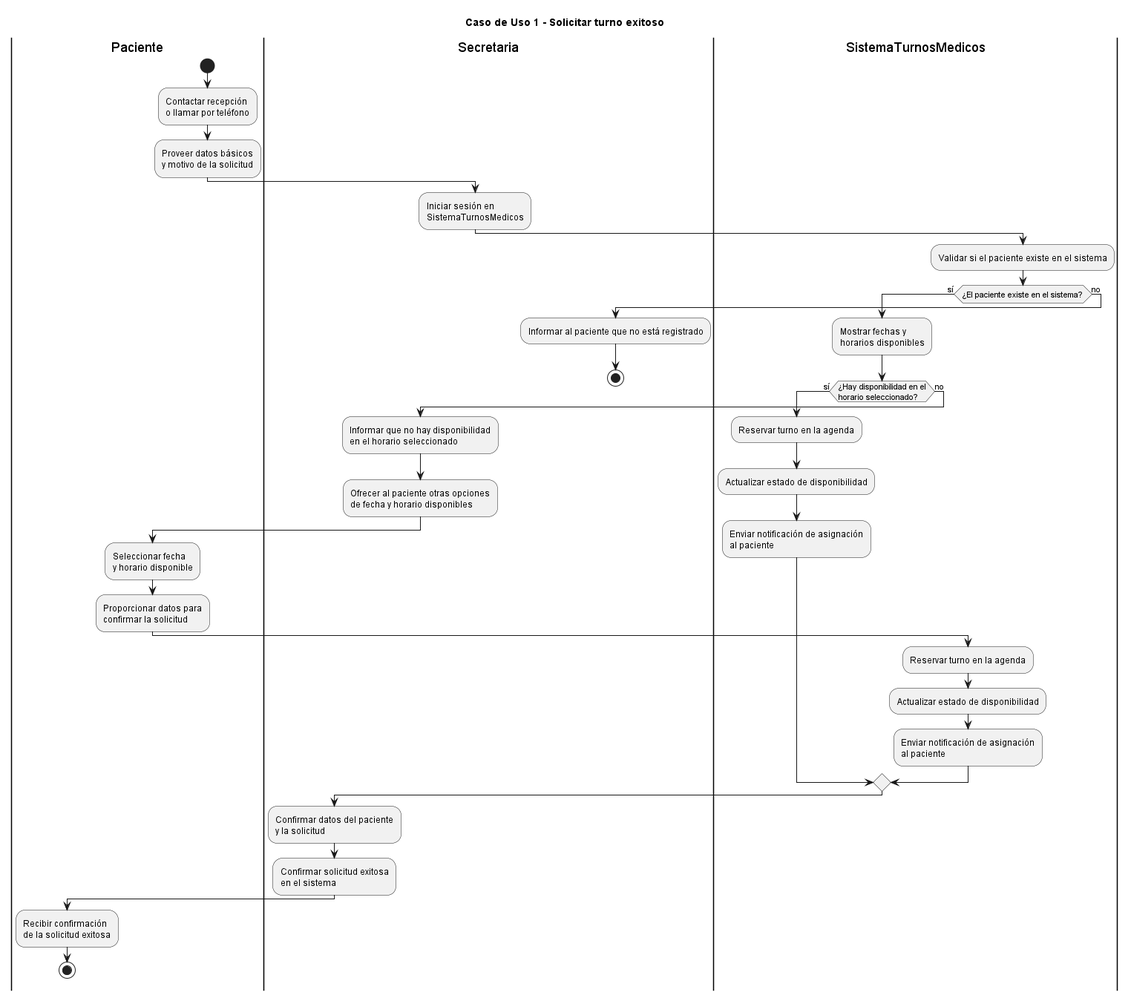
Before: diagramas/04-diagramas-actividades/04-actividad-solicitar-turno-01.png, a diagram exported from PlantUML (FacundoGuiraldes/SistemaTurnosMedicos). Source of this version:
```plantuml
@startuml
title Caso de Uso 1 - Solicitar turno exitoso

|Paciente|
start
:Contactar recepción\no llamar por teléfono;
:Proveer datos básicos\ny motivo de la solicitud;

|Secretaria|
:Iniciar sesión en\nSistemaTurnosMedicos;

|SistemaTurnosMedicos|
:Validar si el paciente existe en el sistema;

if (¿El paciente existe en el sistema?) then (sí)

  :Mostrar fechas y\nhorarios disponibles;

  if (¿Hay disponibilidad en el\nhorario seleccionado?) then (sí)

    :Reservar turno en la agenda;
    :Actualizar estado de disponibilidad;
    :Enviar notificación de asignación\nal paciente;

  else (no)

    |Secretaria|
    :Informar que no hay disponibilidad\nen el horario seleccionado;
    :Ofrecer al paciente otras opciones\nde fecha y horario disponibles;

    |Paciente|
    :Seleccionar fecha\ny horario disponible;
    :Proporcionar datos para\nconfirmar la solicitud;

    |SistemaTurnosMedicos|
    :Reservar turno en la agenda;
    :Actualizar estado de disponibilidad;
    :Enviar notificación de asignación\nal paciente;

  endif

  |Secretaria|
  :Confirmar datos del paciente\ny la solicitud;
  :Confirmar solicitud exitosa\nen el sistema;

  |Paciente|
  :Recibir confirmación\nde la solicitud exitosa;

  stop

else (no)

  |Secretaria|
  :Informar al paciente que no está registrado;

  stop

endif

@enduml
```
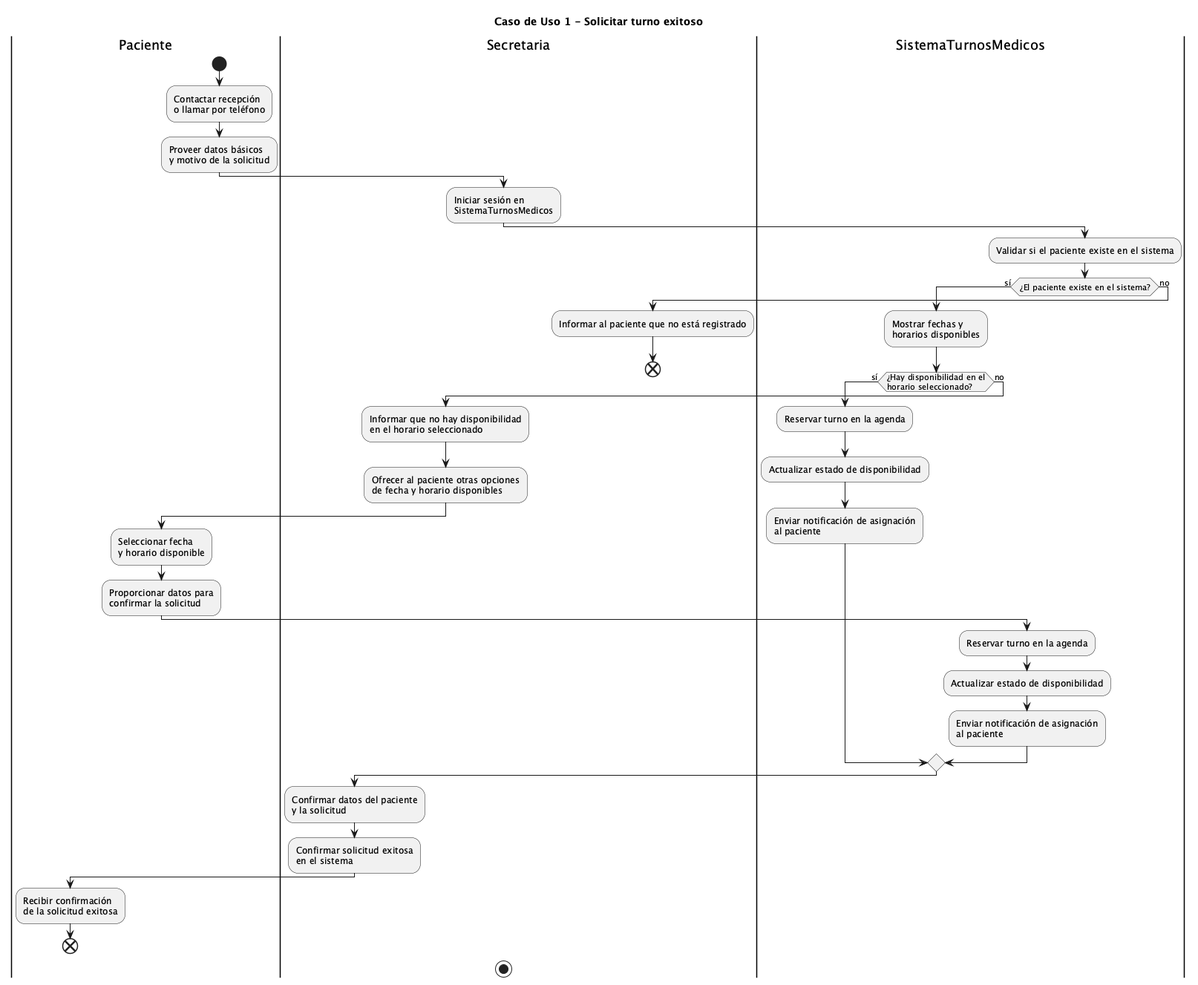
Above is the later version.

Commit message:
fix(diagramas): regenerar PNG CU01 tras cambio END (RCN3)

El PNG no reflejaba los cierres alternativos definidos en el .puml.

Change to the diagram source:
```diff
@@ -46,15 +46,17 @@
   |Paciente|
   :Recibir confirmación\nde la solicitud exitosa;
 
-  stop
+  END
 
 else (no)
 
   |Secretaria|
   :Informar al paciente que no está registrado;
 
-  stop
+  END
 
 endif
 
+stop
+
 @enduml
```
